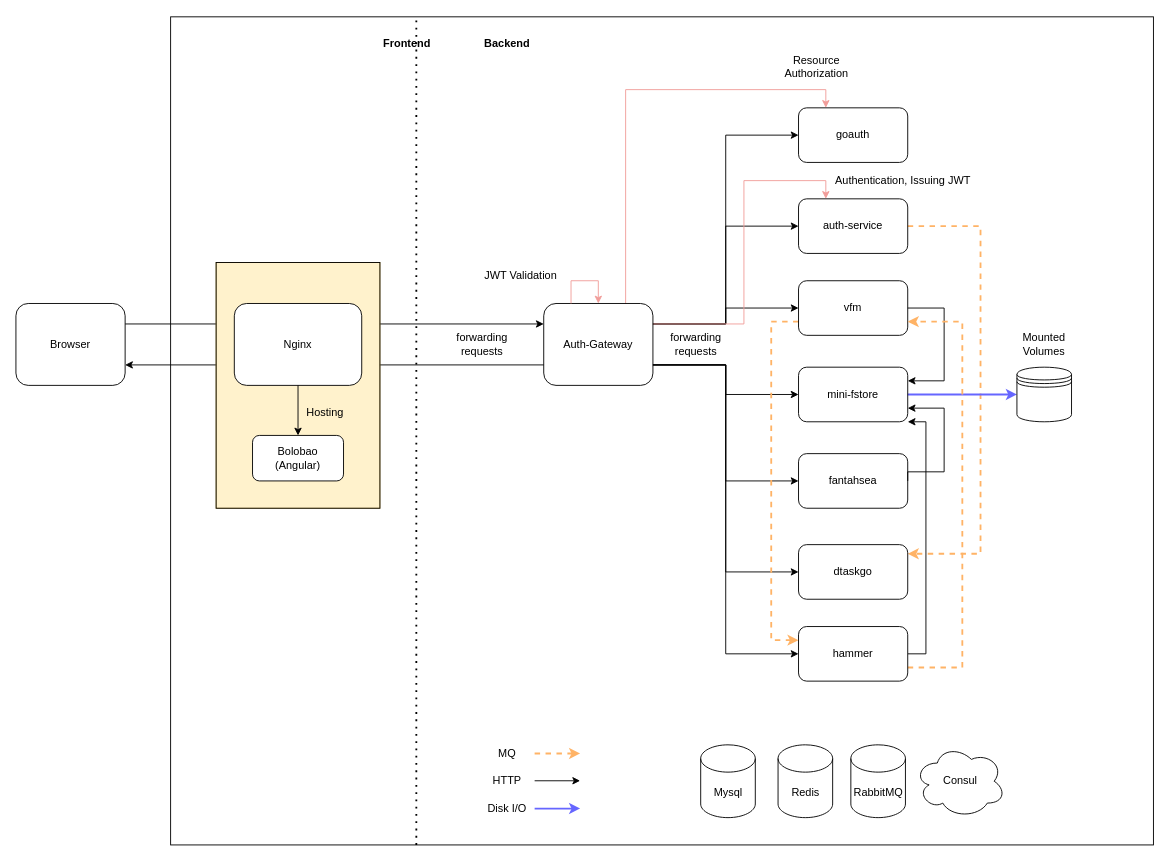
The draw.io diagram system-overview.drawio in CurtisNewbie/system-overview, before the edit. Source tidied: cells renumbered, new cells numbered last; positions are measured from the earlier drawing's top-left corner, leaving out a move shared by most shapes. Both pictures are drawn from the tidied source at 91%, with x=0, y=0 at pixel (15, 16).
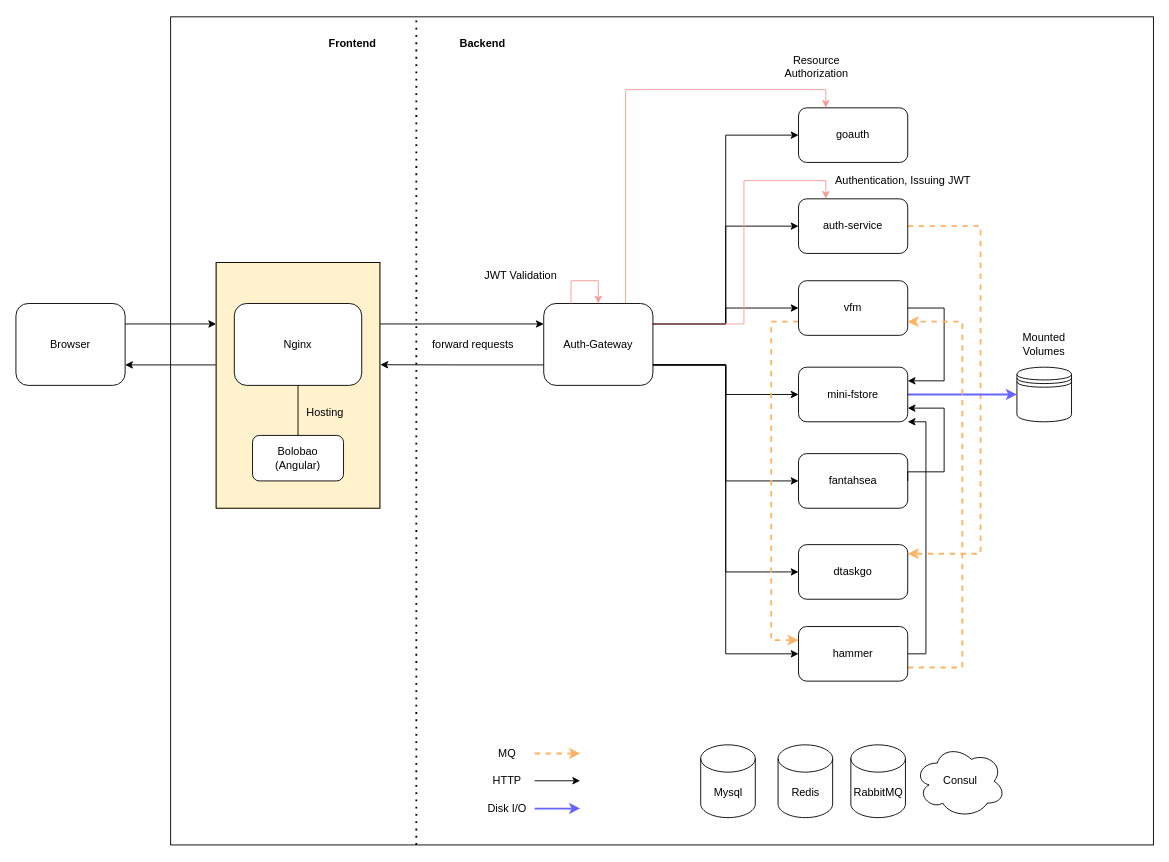
After the change.

Unchanged cells that the change refers to:
```xml
<mxCell id="4" value="Browser" style="rounded=1;whiteSpace=wrap;html=1;" parent="1" vertex="1">
  <mxGeometry y="315" width="120" height="90" as="geometry" />
</mxCell>
<mxCell id="17" value="Auth-Gateway" style="rounded=1;whiteSpace=wrap;html=1;fillColor=none;" parent="1" vertex="1">
  <mxGeometry x="580" y="315" width="120" height="90" as="geometry" />
</mxCell>
<mxCell id="53" style="group;fillColor=#fff2cc;strokeColor=#d6b656;" parent="1" vertex="1">
  <mxGeometry x="220" y="270" width="180" height="270" as="geometry" />
</mxCell>
<mxCell id="54" style="rounded=0;whiteSpace=wrap;html=1;fillColor=none;" parent="53" vertex="1">
  <mxGeometry width="180" height="270" as="geometry" />
</mxCell>
<mxCell id="55" value="Nginx" style="rounded=1;whiteSpace=wrap;html=1;" parent="53" vertex="1">
  <mxGeometry x="20" y="45" width="140" height="90" as="geometry" />
</mxCell>
<mxCell id="56" value="Bolobao&lt;br&gt;(Angular)" style="rounded=1;whiteSpace=wrap;html=1;" parent="53" vertex="1">
  <mxGeometry x="40" y="190" width="100" height="50" as="geometry" />
</mxCell>
```

What changed in the source:
```diff
@@
-    <mxCell id="3" style="edgeStyle=orthogonalEdgeStyle;rounded=0;jettySize=auto;html=1;exitX=1;exitY=0.25;exitDx=0;exitDy=0;entryX=0;entryY=0.25;entryDx=0;entryDy=0;" parent="1" edge="1" source="4" target="55">
+    <mxCell id="3" style="edgeStyle=orthogonalEdgeStyle;rounded=0;jettySize=auto;html=1;exitX=1;exitY=0.25;exitDx=0;exitDy=0;entryX=0;entryY=0.25;entryDx=0;entryDy=0;" parent="1" edge="1" source="4" target="54">
       <mxGeometry relative="1" as="geometry" />
     </mxCell>
@@
-    <mxCell id="7" style="edgeStyle=orthogonalEdgeStyle;rounded=0;jettySize=auto;html=1;exitX=0;exitY=0.75;exitDx=0;exitDy=0;entryX=1;entryY=0.75;entryDx=0;entryDy=0;" parent="1" edge="1" source="17" target="55">
+    <mxCell id="7" style="edgeStyle=orthogonalEdgeStyle;rounded=0;jettySize=auto;html=1;exitX=0;exitY=0.75;exitDx=0;exitDy=0;entryX=1.003;entryY=0.416;entryDx=0;entryDy=0;entryPerimeter=0;" parent="1" edge="1" source="17" target="54">
       <mxGeometry relative="1" as="geometry" />
     </mxCell>
@@
-    <mxCell id="35" value="forwarding requests" style="text;html=1;strokeColor=none;fillColor=none;align=center;verticalAlign=middle;whiteSpace=wrap;rounded=0;" parent="1" vertex="1">
-      <mxGeometry x="715" y="350" width="65" height="20" as="geometry" />
-    </mxCell>
     <mxCell id="36" value="Frontend" style="text;html=1;strokeColor=none;fillColor=none;align=center;verticalAlign=middle;whiteSpace=wrap;rounded=0;fontStyle=1;" parent="1" vertex="1">
-      <mxGeometry x="410" y="20" width="40" height="20" as="geometry" />
+      <mxGeometry x="350" y="20" width="40" height="20" as="geometry" />
     </mxCell>
     <mxCell id="37" value="Backend" style="text;html=1;strokeColor=none;fillColor=none;align=center;verticalAlign=middle;whiteSpace=wrap;rounded=0;fontStyle=1;" parent="1" vertex="1">
-      <mxGeometry x="520" y="20" width="40" height="20" as="geometry" />
+      <mxGeometry x="492.5" y="20" width="40" height="20" as="geometry" />
     </mxCell>
@@
-    <mxCell id="40" value="forwarding requests" style="text;html=1;strokeColor=none;fillColor=none;align=center;verticalAlign=middle;whiteSpace=wrap;rounded=0;" parent="1" vertex="1">
-      <mxGeometry x="480" y="350" width="65" height="20" as="geometry" />
+    <mxCell id="40" value="forward requests" style="text;html=1;strokeColor=none;fillColor=none;align=center;verticalAlign=middle;whiteSpace=wrap;rounded=0;" parent="1" vertex="1">
+      <mxGeometry x="440" y="350" width="125" height="20" as="geometry" />
     </mxCell>
@@
-    <mxCell id="57" style="edgeStyle=orthogonalEdgeStyle;rounded=0;jettySize=auto;html=1;exitX=0.5;exitY=1;exitDx=0;exitDy=0;entryX=0.5;entryY=0;entryDx=0;entryDy=0;" parent="53" edge="1" source="55" target="56">
+    <mxCell id="57" style="edgeStyle=orthogonalEdgeStyle;rounded=0;jettySize=auto;html=1;exitX=0.5;exitY=1;exitDx=0;exitDy=0;entryX=0.5;entryY=0;entryDx=0;entryDy=0;endArrow=none;endFill=0;" parent="53" edge="1" source="55" target="56">
       <mxGeometry relative="1" as="geometry" />
     </mxCell>
```
